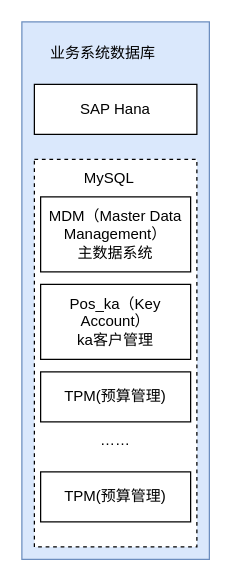
fsJerryChan/fsJerryChan keeps this draw.io diagram as etl.drawio. Above is the earlier version. Source tidied: cells renumbered, new cells numbered last; positions are measured from the earlier drawing's top-left corner, leaving out a move shared by most shapes. Both pictures are drawn from the tidied source at 125%, with x=0, y=0 at pixel (21, 21).
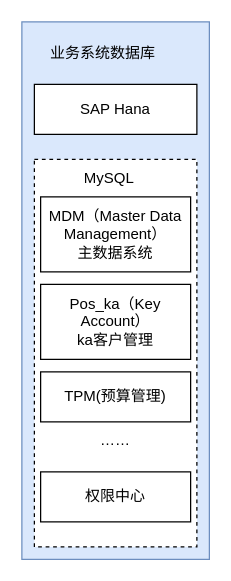
After the change.

Change to the diagram source:
```diff
@@
 <mxGraphModel>
   <root>
     <mxCell id="0" />
     <mxCell id="1" parent="0" />
     <mxCell id="2" style="rounded=0;whiteSpace=wrap;html=1;fillColor=#dae8fc;strokeColor=#6c8ebf;" parent="1" vertex="1">
       <mxGeometry width="150" height="430" as="geometry" />
     </mxCell>
     <mxCell id="3" value="业务系统数据库" style="text;strokeColor=none;align=center;fillColor=none;html=1;verticalAlign=middle;whiteSpace=wrap;rounded=0;" parent="1" vertex="1">
       <mxGeometry x="20" y="10" width="90" height="30" as="geometry" />
     </mxCell>
     <mxCell id="4" value="SAP Hana" style="rounded=0;whiteSpace=wrap;html=1;" parent="1" vertex="1">
       <mxGeometry x="10" y="50" width="130" height="40" as="geometry" />
     </mxCell>
     <mxCell id="5" style="rounded=0;whiteSpace=wrap;html=1;dashed=1;" parent="1" vertex="1">
       <mxGeometry x="10" y="110" width="130" height="310" as="geometry" />
     </mxCell>
     <mxCell id="6" value="MySQL" style="text;strokeColor=none;align=center;fillColor=none;html=1;verticalAlign=middle;whiteSpace=wrap;rounded=0;" parent="1" vertex="1">
       <mxGeometry x="40" y="110" width="60" height="30" as="geometry" />
     </mxCell>
     <mxCell id="7" value="MDM（Master Data Management）&lt;br&gt;主数据系统" style="rounded=0;whiteSpace=wrap;html=1;" parent="1" vertex="1">
       <mxGeometry x="15" y="140" width="120" height="60" as="geometry" />
     </mxCell>
     <mxCell id="8" value="Pos_ka（Key Account）&lt;br&gt;ka客户管理" style="rounded=0;whiteSpace=wrap;html=1;" parent="1" vertex="1">
       <mxGeometry x="15" y="210" width="120" height="60" as="geometry" />
     </mxCell>
     <mxCell id="9" value="TPM(预算管理)" style="rounded=0;whiteSpace=wrap;html=1;" parent="1" vertex="1">
       <mxGeometry x="15" y="280" width="120" height="40" as="geometry" />
     </mxCell>
     <mxCell id="10" value="……" style="text;strokeColor=none;align=center;fillColor=none;html=1;verticalAlign=middle;whiteSpace=wrap;rounded=0;" parent="1" vertex="1">
       <mxGeometry x="45" y="320" width="60" height="30" as="geometry" />
     </mxCell>
-    <mxCell id="11" value="TPM(预算管理)" style="rounded=0;whiteSpace=wrap;html=1;" parent="1" vertex="1">
+    <mxCell id="11" value="权限中心" style="rounded=0;whiteSpace=wrap;html=1;" parent="1" vertex="1">
       <mxGeometry x="15" y="360" width="120" height="40" as="geometry" />
     </mxCell>
   </root>
 </mxGraphModel>
```
